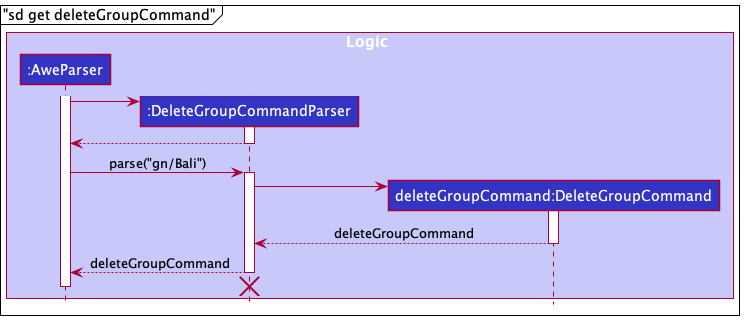
The PlantUML diagram docs/images/DeleteGroupRefSequenceDiagram.png in ramapriyan912001/tp, before a commit. Its diagram source:
```plantuml
@startuml
!include style.puml

box Logic LOGIC_COLOR_T1

participant ":AweParser" as AweParser LOGIC_COLOR
participant ":DeleteGroupCommandParser" as DeleteGroupCommandParser LOGIC_COLOR
participant "deleteGroupCommand:DeleteGroupCommand" as DeleteGroupCommand LOGIC_COLOR
end box

mainframe "sd get deleteGroupCommand"

activate AweParser
create DeleteGroupCommandParser
AweParser -> DeleteGroupCommandParser
activate DeleteGroupCommandParser

DeleteGroupCommandParser --> AweParser
deactivate DeleteGroupCommandParser

AweParser -> DeleteGroupCommandParser : parse("gn/Bali")
activate DeleteGroupCommandParser

create DeleteGroupCommand
DeleteGroupCommandParser -> DeleteGroupCommand
activate DeleteGroupCommand

DeleteGroupCommand --> DeleteGroupCommandParser : deleteGroupCommand
deactivate DeleteGroupCommand

DeleteGroupCommandParser --> AweParser : deleteGroupCommand
deactivate DeleteGroupCommandParser
DeleteGroupCommandParser -[hidden]-> AweParser
destroy DeleteGroupCommandParser
deactivate AweParser

@enduml
```
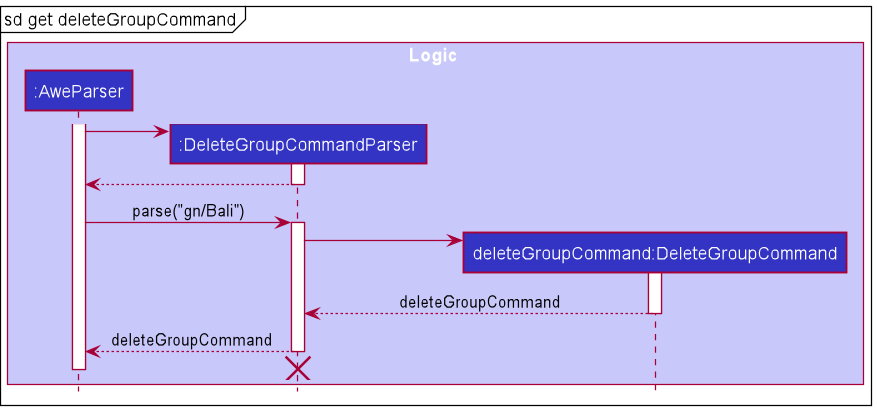
After the commit.

What changed in the source:
```diff
@@ -8,7 +8,7 @@
 participant "deleteGroupCommand:DeleteGroupCommand" as DeleteGroupCommand LOGIC_COLOR
 end box
 
-mainframe "sd get deleteGroupCommand"
+mainframe sd get deleteGroupCommand
 
 activate AweParser
 create DeleteGroupCommandParser
```
